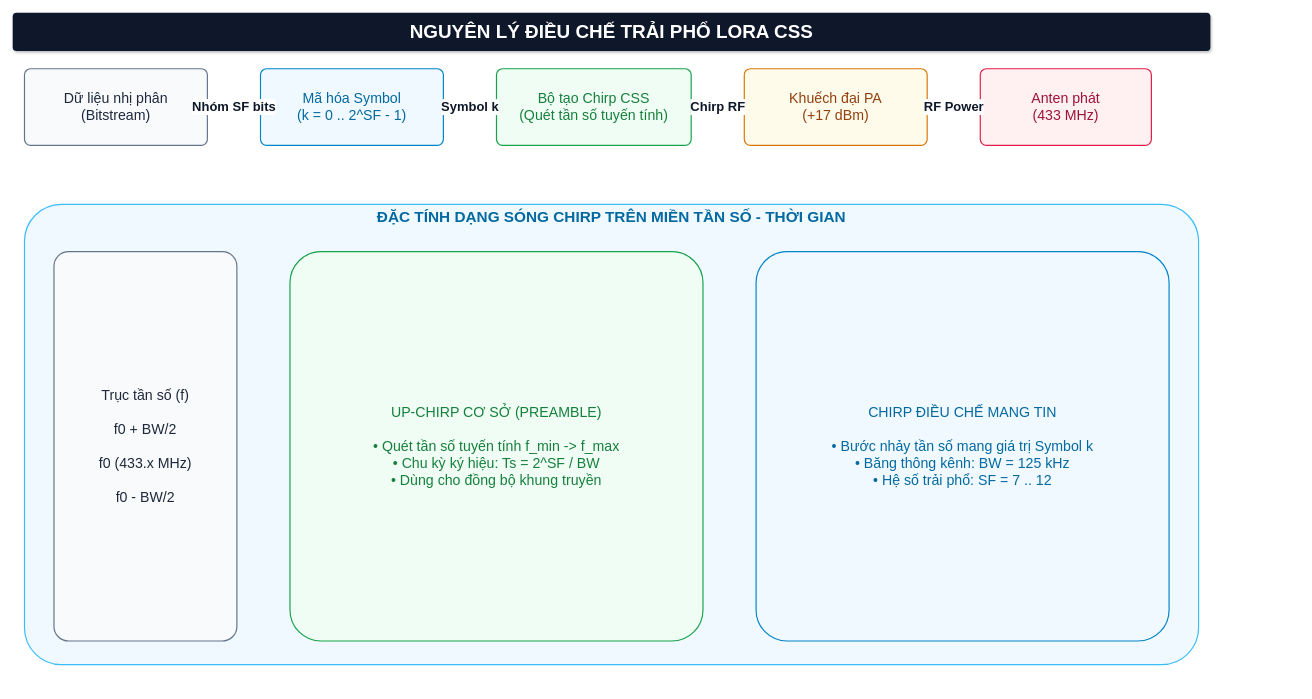
Before: figs/02_nguyen_ly_dieu_che_lora_css.drawio in Brauuwu/LoRa_TinyML_Hopping, a draw.io diagram. Source tidied: cells renumbered, new cells numbered last; positions are measured from the earlier drawing's top-left corner, leaving out a move shared by most shapes. Both pictures are drawn from the tidied source at 59%, with x=0, y=0 at pixel (12, 12).
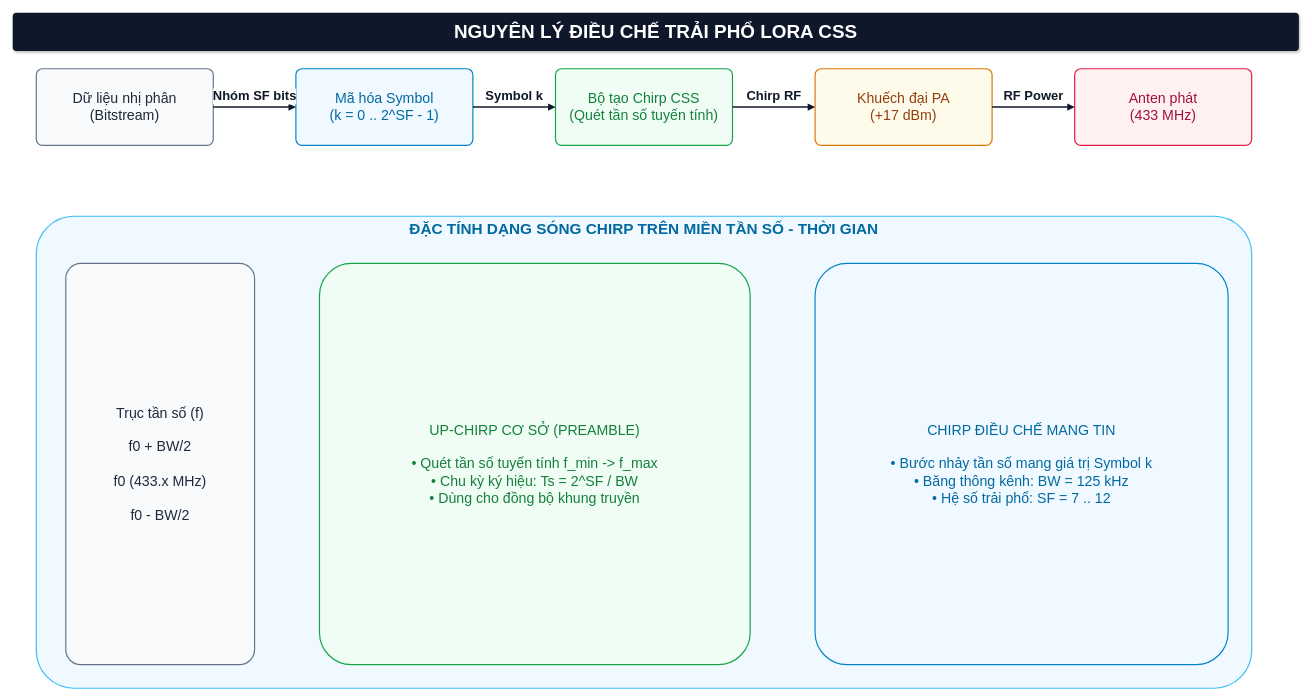
Above is the later version.

The edit, as a diff of the source:
```diff
@@
 <mxGraphModel background="#ffffff">
   <root>
     <mxCell id="0" />
     <mxCell id="1" parent="0" />
     <mxCell id="2" value="NGUYÊN LÝ ĐIỀU CHẾ TRẢI PHỔ LORA CSS" style="rounded=1;whiteSpace=wrap;html=1;fillColor=#0f172a;strokeColor=none;fontColor=#ffffff;fontStyle=1;fontSize=32;shadow=1;arcSize=10;fontFamily=Helvetica;" parent="1" vertex="1">
-      <mxGeometry width="2030" height="65" as="geometry" />
+      <mxGeometry width="2180" height="65" as="geometry" />
     </mxCell>
     <mxCell id="3" value="Dữ liệu nhị phân&#10;(Bitstream)" style="rounded=1;whiteSpace=wrap;html=1;fillColor=#f8fafc;strokeColor=#64748b;strokeWidth=2;fontColor=#1e293b;fontSize=24;arcSize=8;fontFamily=Helvetica;" parent="1" vertex="1">
-      <mxGeometry x="20" y="95" width="310" height="130" as="geometry" />
+      <mxGeometry x="40" y="95" width="300" height="130" as="geometry" />
     </mxCell>
     <mxCell id="4" value="Mã hóa Symbol&#10;(k = 0 .. 2^SF - 1)" style="rounded=1;whiteSpace=wrap;html=1;fillColor=#f0f9ff;strokeColor=#0284c7;strokeWidth=2;fontColor=#0369a1;fontSize=24;arcSize=8;fontFamily=Helvetica;" parent="1" vertex="1">
-      <mxGeometry x="420" y="95" width="310" height="130" as="geometry" />
+      <mxGeometry x="480" y="95" width="300" height="130" as="geometry" />
     </mxCell>
     <mxCell id="5" value="Bộ tạo Chirp CSS&#10;(Quét tần số tuyến tính)" style="rounded=1;whiteSpace=wrap;html=1;fillColor=#f0fdf4;strokeColor=#16a34a;strokeWidth=2;fontColor=#15803d;fontSize=24;arcSize=8;fontFamily=Helvetica;" parent="1" vertex="1">
-      <mxGeometry x="820" y="95" width="330" height="130" as="geometry" />
+      <mxGeometry x="920" y="95" width="300" height="130" as="geometry" />
     </mxCell>
     <mxCell id="6" value="Khuếch đại PA&#10;(+17 dBm)" style="rounded=1;whiteSpace=wrap;html=1;fillColor=#fffbeb;strokeColor=#d97706;strokeWidth=2;fontColor=#92400e;fontSize=24;arcSize=8;fontFamily=Helvetica;" parent="1" vertex="1">
-      <mxGeometry x="1240" y="95" width="310" height="130" as="geometry" />
+      <mxGeometry x="1360" y="95" width="300" height="130" as="geometry" />
     </mxCell>
     <mxCell id="7" value="Anten phát&#10;(433 MHz)" style="rounded=1;whiteSpace=wrap;html=1;fillColor=#fff1f2;strokeColor=#e11d48;strokeWidth=2;fontColor=#9f1239;fontSize=24;arcSize=8;fontFamily=Helvetica;" parent="1" vertex="1">
-      <mxGeometry x="1640" y="95" width="290" height="130" as="geometry" />
+      <mxGeometry x="1800" y="95" width="300" height="130" as="geometry" />
     </mxCell>
-    <mxCell id="8" value="Nhóm SF bits" style="edgeStyle=orthogonalEdgeStyle;rounded=1;jettySize=auto;html=1;strokeColor=#0f172a;strokeWidth=2.5;endArrow=block;endFill=1;fontColor=#0f172a;fontSize=22;fontStyle=1;fontFamily=Helvetica;" parent="1" edge="1" source="3" target="4">
-      <mxGeometry relative="1" as="geometry" />
+    <mxCell id="8" value="Nhóm SF bits" style="edgeStyle=orthogonalEdgeStyle;rounded=1;jettySize=auto;html=1;strokeColor=#0f172a;strokeWidth=2.5;endArrow=block;endFill=1;fontColor=#0f172a;fontSize=22;fontStyle=1;fontFamily=Helvetica;labelBackgroundColor=#ffffff;labelBorderColor=none;exitX=1;exitY=0.5;exitDx=0;exitDy=0;entryX=0;entryY=0.5;entryDx=0;entryDy=0;" parent="1" edge="1" source="3" target="4">
+      <mxGeometry relative="1" as="geometry">
+        <mxPoint y="-18" as="offset" />
+      </mxGeometry>
     </mxCell>
-    <mxCell id="9" value="Symbol k" style="edgeStyle=orthogonalEdgeStyle;rounded=1;jettySize=auto;html=1;strokeColor=#0f172a;strokeWidth=2.5;endArrow=block;endFill=1;fontColor=#0f172a;fontSize=22;fontStyle=1;fontFamily=Helvetica;" parent="1" edge="1" source="4" target="5">
-      <mxGeometry relative="1" as="geometry" />
+    <mxCell id="9" value="Symbol k" style="edgeStyle=orthogonalEdgeStyle;rounded=1;jettySize=auto;html=1;strokeColor=#0f172a;strokeWidth=2.5;endArrow=block;endFill=1;fontColor=#0f172a;fontSize=22;fontStyle=1;fontFamily=Helvetica;labelBackgroundColor=#ffffff;labelBorderColor=none;exitX=1;exitY=0.5;exitDx=0;exitDy=0;entryX=0;entryY=0.5;entryDx=0;entryDy=0;" parent="1" edge="1" source="4" target="5">
+      <mxGeometry relative="1" as="geometry">
+        <mxPoint y="-18" as="offset" />
+      </mxGeometry>
     </mxCell>
-    <mxCell id="10" value="Chirp RF" style="edgeStyle=orthogonalEdgeStyle;rounded=1;jettySize=auto;html=1;strokeColor=#0f172a;strokeWidth=2.5;endArrow=block;endFill=1;fontColor=#0f172a;fontSize=22;fontStyle=1;fontFamily=Helvetica;" parent="1" edge="1" source="5" target="6">
-      <mxGeometry relative="1" as="geometry" />
+    <mxCell id="10" value="Chirp RF" style="edgeStyle=orthogonalEdgeStyle;rounded=1;jettySize=auto;html=1;strokeColor=#0f172a;strokeWidth=2.5;endArrow=block;endFill=1;fontColor=#0f172a;fontSize=22;fontStyle=1;fontFamily=Helvetica;labelBackgroundColor=#ffffff;labelBorderColor=none;exitX=1;exitY=0.5;exitDx=0;exitDy=0;entryX=0;entryY=0.5;entryDx=0;entryDy=0;" parent="1" edge="1" source="5" target="6">
+      <mxGeometry relative="1" as="geometry">
+        <mxPoint y="-18" as="offset" />
+      </mxGeometry>
     </mxCell>
-    <mxCell id="11" value="RF Power" style="edgeStyle=orthogonalEdgeStyle;rounded=1;jettySize=auto;html=1;strokeColor=#0f172a;strokeWidth=2.5;endArrow=block;endFill=1;fontColor=#0f172a;fontSize=22;fontStyle=1;fontFamily=Helvetica;" parent="1" edge="1" source="6" target="7">
-      <mxGeometry relative="1" as="geometry" />
+    <mxCell id="11" value="RF Power" style="edgeStyle=orthogonalEdgeStyle;rounded=1;jettySize=auto;html=1;strokeColor=#0f172a;strokeWidth=2.5;endArrow=block;endFill=1;fontColor=#0f172a;fontSize=22;fontStyle=1;fontFamily=Helvetica;labelBackgroundColor=#ffffff;labelBorderColor=none;exitX=1;exitY=0.5;exitDx=0;exitDy=0;entryX=0;entryY=0.5;entryDx=0;entryDy=0;" parent="1" edge="1" source="6" target="7">
+      <mxGeometry relative="1" as="geometry">
+        <mxPoint y="-18" as="offset" />
+      </mxGeometry>
     </mxCell>
     <mxCell id="12" value="ĐẶC TÍNH DẠNG SÓNG CHIRP TRÊN MIỀN TẦN SỐ - THỜI GIAN" style="rounded=1;whiteSpace=wrap;html=1;fillColor=#f0f9ff;strokeColor=#38bdf8;strokeWidth=2;verticalAlign=top;fontStyle=1;fontSize=26;fontColor=#0369a1;arcSize=8;fontFamily=Helvetica;" parent="1" vertex="1">
-      <mxGeometry x="20" y="325" width="1990" height="780" as="geometry" />
+      <mxGeometry x="40" y="345" width="2060" height="800" as="geometry" />
     </mxCell>
     <mxCell id="13" value="Trục tần số (f)&#10;&#10;f0 + BW/2&#10;&#10;f0 (433.x MHz)&#10;&#10;f0 - BW/2" style="rounded=1;whiteSpace=wrap;html=1;fillColor=#f8fafc;strokeColor=#64748b;strokeWidth=2;fontColor=#1e293b;fontSize=24;arcSize=8;fontFamily=Helvetica;" parent="1" vertex="1">
-      <mxGeometry x="70" y="405" width="310" height="660" as="geometry" />
+      <mxGeometry x="90" y="425" width="320" height="680" as="geometry" />
     </mxCell>
     <mxCell id="14" value="UP-CHIRP CƠ SỞ (PREAMBLE)&#10;&#10;• Quét tần số tuyến tính f_min -&gt; f_max&#10;• Chu kỳ ký hiệu: Ts = 2^SF / BW&#10;• Dùng cho đồng bộ khung truyền" style="rounded=1;whiteSpace=wrap;html=1;fillColor=#f0fdf4;strokeColor=#16a34a;strokeWidth=2;fontColor=#15803d;fontSize=24;arcSize=8;fontFamily=Helvetica;" parent="1" vertex="1">
-      <mxGeometry x="470" y="405" width="700" height="660" as="geometry" />
+      <mxGeometry x="520" y="425" width="730" height="680" as="geometry" />
     </mxCell>
     <mxCell id="15" value="CHIRP ĐIỀU CHẾ MANG TIN&#10;&#10;• Bước nhảy tần số mang giá trị Symbol k&#10;• Băng thông kênh: BW = 125 kHz&#10;• Hệ số trải phổ: SF = 7 .. 12" style="rounded=1;whiteSpace=wrap;html=1;fillColor=#f0f9ff;strokeColor=#0284c7;strokeWidth=2;fontColor=#0369a1;fontSize=24;arcSize=8;fontFamily=Helvetica;" parent="1" vertex="1">
-      <mxGeometry x="1260" y="405" width="700" height="660" as="geometry" />
+      <mxGeometry x="1360" y="425" width="700" height="680" as="geometry" />
     </mxCell>
   </root>
 </mxGraphModel>
```
